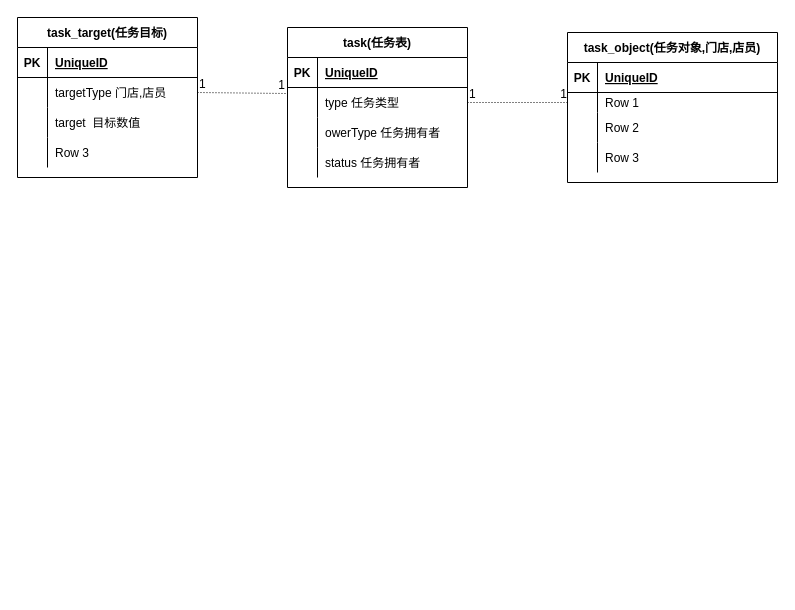
The draw.io diagram task.drawio in linxinqiang90/drawio, before the edit. Source tidied: cells renumbered, new cells numbered last; positions are measured from the earlier drawing's top-left corner, leaving out a move shared by most shapes. Both pictures are drawn from the tidied source at 100%, with x=0, y=0 at pixel (17, 17).
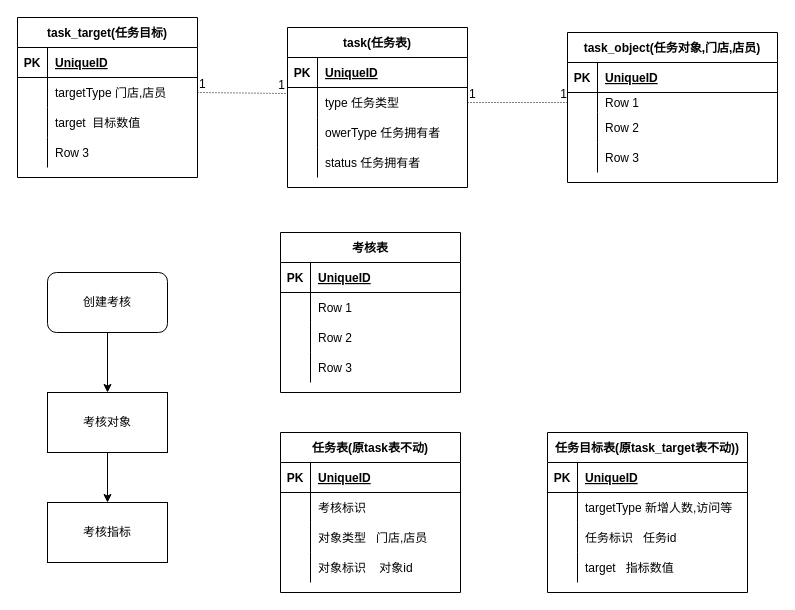
Above is the later version.

Diff of the diagram source:
```diff
@@
+    <mxCell id="47" value="任务表(原task表不动)" style="shape=table;startSize=30;childLayout=tableLayout;rowLines=0;fontStyle=1;align=center;" parent="1" vertex="1">
+      <mxGeometry x="263" y="415" width="180" height="160" as="geometry" />
+    </mxCell>
+    <mxCell id="48" style="shape=tableRow;horizontal=0;startSize=0;swimlaneHead=0;swimlaneBody=0;fillColor=none;top=0;left=0;right=0;bottom=1;" parent="47" vertex="1">
+      <mxGeometry y="30" width="180" height="30" as="geometry" />
+    </mxCell>
+    <mxCell id="49" value="PK" style="shape=partialRectangle;fillColor=none;top=0;left=0;bottom=0;right=0;fontStyle=1;overflow=hidden;" parent="48" vertex="1">
+      <mxGeometry width="30" height="30" as="geometry" />
+    </mxCell>
+    <mxCell id="50" value="UniqueID" style="shape=partialRectangle;fillColor=none;top=0;left=0;bottom=0;right=0;align=left;spacingLeft=6;fontStyle=5;overflow=hidden;" parent="48" vertex="1">
+      <mxGeometry x="30" width="150" height="30" as="geometry" />
+    </mxCell>
+    <mxCell id="51" style="shape=tableRow;horizontal=0;startSize=0;swimlaneHead=0;swimlaneBody=0;fillColor=none;top=0;left=0;right=0;bottom=0;" parent="47" vertex="1">
+      <mxGeometry y="60" width="180" height="30" as="geometry" />
+    </mxCell>
+    <mxCell id="52" style="shape=partialRectangle;fillColor=none;top=0;left=0;bottom=0;right=0;overflow=hidden;" parent="51" vertex="1">
+      <mxGeometry width="30" height="30" as="geometry" />
+    </mxCell>
+    <mxCell id="53" value="考核标识" style="shape=partialRectangle;fillColor=none;top=0;left=0;bottom=0;right=0;align=left;spacingLeft=6;overflow=hidden;" parent="51" vertex="1">
+      <mxGeometry x="30" width="150" height="30" as="geometry" />
+    </mxCell>
+    <mxCell id="54" style="shape=tableRow;horizontal=0;startSize=0;swimlaneHead=0;swimlaneBody=0;fillColor=none;top=0;left=0;right=0;bottom=0;" parent="47" vertex="1">
+      <mxGeometry y="90" width="180" height="30" as="geometry" />
+    </mxCell>
+    <mxCell id="55" style="shape=partialRectangle;fillColor=none;top=0;left=0;bottom=0;right=0;overflow=hidden;" parent="54" vertex="1">
+      <mxGeometry width="30" height="30" as="geometry" />
+    </mxCell>
+    <mxCell id="56" value="对象类型   门店,店员" style="shape=partialRectangle;fillColor=none;top=0;left=0;bottom=0;right=0;align=left;spacingLeft=6;overflow=hidden;" parent="54" vertex="1">
+      <mxGeometry x="30" width="150" height="30" as="geometry" />
+    </mxCell>
+    <mxCell id="57" style="shape=tableRow;horizontal=0;startSize=0;swimlaneHead=0;swimlaneBody=0;fillColor=none;top=0;left=0;right=0;bottom=0;" parent="47" vertex="1">
+      <mxGeometry y="120" width="180" height="30" as="geometry" />
+    </mxCell>
+    <mxCell id="58" style="shape=partialRectangle;fillColor=none;top=0;left=0;bottom=0;right=0;overflow=hidden;" parent="57" vertex="1">
+      <mxGeometry width="30" height="30" as="geometry" />
+    </mxCell>
+    <mxCell id="59" value="对象标识    对象id" style="shape=partialRectangle;fillColor=none;top=0;left=0;bottom=0;right=0;align=left;spacingLeft=6;overflow=hidden;" parent="57" vertex="1">
+      <mxGeometry x="30" width="150" height="30" as="geometry" />
+    </mxCell>
+    <mxCell id="60" value="任务目标表(原task_target表不动))" style="shape=table;startSize=30;childLayout=tableLayout;rowLines=0;fontStyle=1;align=center;" parent="1" vertex="1">
+      <mxGeometry x="530" y="415" width="200" height="160" as="geometry" />
+    </mxCell>
+    <mxCell id="61" style="shape=tableRow;horizontal=0;startSize=0;swimlaneHead=0;swimlaneBody=0;fillColor=none;top=0;left=0;right=0;bottom=1;" parent="60" vertex="1">
+      <mxGeometry y="30" width="200" height="30" as="geometry" />
+    </mxCell>
+    <mxCell id="62" value="PK" style="shape=partialRectangle;fillColor=none;top=0;left=0;bottom=0;right=0;fontStyle=1;overflow=hidden;" parent="61" vertex="1">
+      <mxGeometry width="30" height="30" as="geometry" />
+    </mxCell>
+    <mxCell id="63" value="UniqueID" style="shape=partialRectangle;fillColor=none;top=0;left=0;bottom=0;right=0;align=left;spacingLeft=6;fontStyle=5;overflow=hidden;" parent="61" vertex="1">
+      <mxGeometry x="30" width="170" height="30" as="geometry" />
+    </mxCell>
+    <mxCell id="64" style="shape=tableRow;horizontal=0;startSize=0;swimlaneHead=0;swimlaneBody=0;fillColor=none;top=0;left=0;right=0;bottom=0;" parent="60" vertex="1">
+      <mxGeometry y="60" width="200" height="30" as="geometry" />
+    </mxCell>
+    <mxCell id="65" style="shape=partialRectangle;fillColor=none;top=0;left=0;bottom=0;right=0;overflow=hidden;" parent="64" vertex="1">
+      <mxGeometry width="30" height="30" as="geometry" />
+    </mxCell>
+    <mxCell id="66" value="targetType 新增人数,访问等" style="shape=partialRectangle;fillColor=none;top=0;left=0;bottom=0;right=0;align=left;spacingLeft=6;overflow=hidden;" parent="64" vertex="1">
+      <mxGeometry x="30" width="170" height="30" as="geometry" />
+    </mxCell>
+    <mxCell id="67" style="shape=tableRow;horizontal=0;startSize=0;swimlaneHead=0;swimlaneBody=0;fillColor=none;top=0;left=0;right=0;bottom=0;" parent="60" vertex="1">
+      <mxGeometry y="90" width="200" height="30" as="geometry" />
+    </mxCell>
+    <mxCell id="68" style="shape=partialRectangle;fillColor=none;top=0;left=0;bottom=0;right=0;overflow=hidden;" parent="67" vertex="1">
+      <mxGeometry width="30" height="30" as="geometry" />
+    </mxCell>
+    <mxCell id="69" value="任务标识   任务id" style="shape=partialRectangle;fillColor=none;top=0;left=0;bottom=0;right=0;align=left;spacingLeft=6;overflow=hidden;" parent="67" vertex="1">
+      <mxGeometry x="30" width="170" height="30" as="geometry" />
+    </mxCell>
+    <mxCell id="70" style="shape=tableRow;horizontal=0;startSize=0;swimlaneHead=0;swimlaneBody=0;fillColor=none;top=0;left=0;right=0;bottom=0;" parent="60" vertex="1">
+      <mxGeometry y="120" width="200" height="30" as="geometry" />
+    </mxCell>
+    <mxCell id="71" style="shape=partialRectangle;fillColor=none;top=0;left=0;bottom=0;right=0;overflow=hidden;" parent="70" vertex="1">
+      <mxGeometry width="30" height="30" as="geometry" />
+    </mxCell>
+    <mxCell id="72" value="target   指标数值" style="shape=partialRectangle;fillColor=none;top=0;left=0;bottom=0;right=0;align=left;spacingLeft=6;overflow=hidden;" parent="70" vertex="1">
+      <mxGeometry x="30" width="170" height="30" as="geometry" />
+    </mxCell>
+    <mxCell id="73" style="edgeStyle=orthogonalEdgeStyle;rounded=0;jettySize=auto;html=1;" parent="1" edge="1" source="74" target="76">
+      <mxGeometry relative="1" as="geometry" />
+    </mxCell>
+    <mxCell id="74" value="创建考核" style="rounded=1;whiteSpace=wrap;html=1;" parent="1" vertex="1">
+      <mxGeometry x="30" y="255" width="120" height="60" as="geometry" />
+    </mxCell>
+    <mxCell id="75" style="edgeStyle=orthogonalEdgeStyle;rounded=0;jettySize=auto;html=1;" parent="1" edge="1" source="76" target="77">
+      <mxGeometry relative="1" as="geometry" />
+    </mxCell>
+    <mxCell id="76" value="考核对象" style="rounded=0;whiteSpace=wrap;html=1;" parent="1" vertex="1">
+      <mxGeometry x="30" y="375" width="120" height="60" as="geometry" />
+    </mxCell>
+    <mxCell id="77" value="考核指标" style="rounded=0;whiteSpace=wrap;html=1;" parent="1" vertex="1">
+      <mxGeometry x="30" y="485" width="120" height="60" as="geometry" />
+    </mxCell>
+    <mxCell id="78" value="考核表" style="shape=table;startSize=30;childLayout=tableLayout;rowLines=0;fontStyle=1;align=center;" parent="1" vertex="1">
+      <mxGeometry x="263" y="215" width="180" height="160" as="geometry" />
+    </mxCell>
+    <mxCell id="79" style="shape=tableRow;horizontal=0;startSize=0;swimlaneHead=0;swimlaneBody=0;fillColor=none;top=0;left=0;right=0;bottom=1;" parent="78" vertex="1">
+      <mxGeometry y="30" width="180" height="30" as="geometry" />
+    </mxCell>
+    <mxCell id="80" value="PK" style="shape=partialRectangle;fillColor=none;top=0;left=0;bottom=0;right=0;fontStyle=1;overflow=hidden;" parent="79" vertex="1">
+      <mxGeometry width="30" height="30" as="geometry" />
+    </mxCell>
+    <mxCell id="81" value="UniqueID" style="shape=partialRectangle;fillColor=none;top=0;left=0;bottom=0;right=0;align=left;spacingLeft=6;fontStyle=5;overflow=hidden;" parent="79" vertex="1">
+      <mxGeometry x="30" width="150" height="30" as="geometry" />
+    </mxCell>
+    <mxCell id="82" style="shape=tableRow;horizontal=0;startSize=0;swimlaneHead=0;swimlaneBody=0;fillColor=none;top=0;left=0;right=0;bottom=0;" parent="78" vertex="1">
+      <mxGeometry y="60" width="180" height="30" as="geometry" />
+    </mxCell>
+    <mxCell id="83" style="shape=partialRectangle;fillColor=none;top=0;left=0;bottom=0;right=0;overflow=hidden;" parent="82" vertex="1">
+      <mxGeometry width="30" height="30" as="geometry" />
+    </mxCell>
+    <mxCell id="84" value="Row 1" style="shape=partialRectangle;fillColor=none;top=0;left=0;bottom=0;right=0;align=left;spacingLeft=6;overflow=hidden;" parent="82" vertex="1">
+      <mxGeometry x="30" width="150" height="30" as="geometry" />
+    </mxCell>
+    <mxCell id="85" style="shape=tableRow;horizontal=0;startSize=0;swimlaneHead=0;swimlaneBody=0;fillColor=none;top=0;left=0;right=0;bottom=0;" parent="78" vertex="1">
+      <mxGeometry y="90" width="180" height="30" as="geometry" />
+    </mxCell>
+    <mxCell id="86" style="shape=partialRectangle;fillColor=none;top=0;left=0;bottom=0;right=0;overflow=hidden;" parent="85" vertex="1">
+      <mxGeometry width="30" height="30" as="geometry" />
+    </mxCell>
+    <mxCell id="87" value="Row 2" style="shape=partialRectangle;fillColor=none;top=0;left=0;bottom=0;right=0;align=left;spacingLeft=6;overflow=hidden;" parent="85" vertex="1">
+      <mxGeometry x="30" width="150" height="30" as="geometry" />
+    </mxCell>
+    <mxCell id="88" style="shape=tableRow;horizontal=0;startSize=0;swimlaneHead=0;swimlaneBody=0;fillColor=none;top=0;left=0;right=0;bottom=0;" parent="78" vertex="1">
+      <mxGeometry y="120" width="180" height="30" as="geometry" />
+    </mxCell>
+    <mxCell id="89" style="shape=partialRectangle;fillColor=none;top=0;left=0;bottom=0;right=0;overflow=hidden;" parent="88" vertex="1">
+      <mxGeometry width="30" height="30" as="geometry" />
+    </mxCell>
+    <mxCell id="90" value="Row 3" style="shape=partialRectangle;fillColor=none;top=0;left=0;bottom=0;right=0;align=left;spacingLeft=6;overflow=hidden;" parent="88" vertex="1">
+      <mxGeometry x="30" width="150" height="30" as="geometry" />
+    </mxCell>
```
